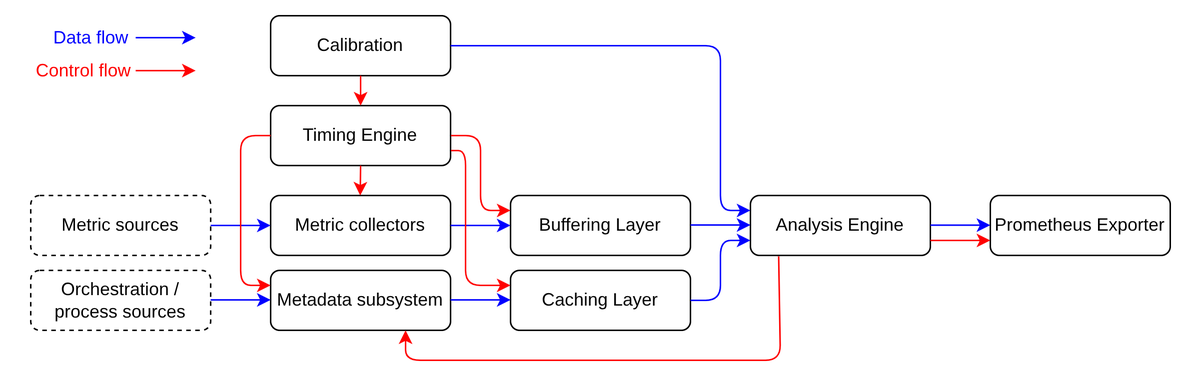
Above: thesis/MT/Figures/drawio/tycho_architecture_high.png in casparwackerle/PowerStack (draw.io), before the change. Source tidied: cells renumbered, new cells last; positions are measured from the earlier drawing's top-left corner, leaving out a move shared by most shapes.
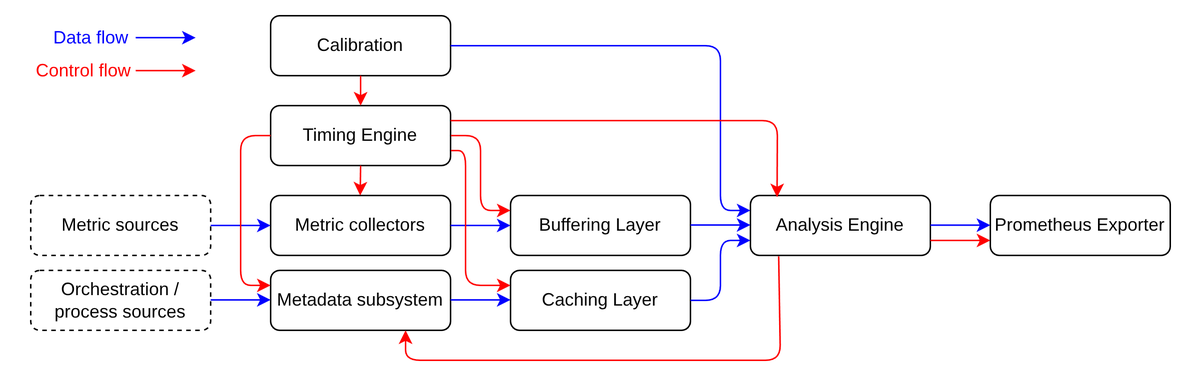
The same diagram one commit later.

The edit, as a diff of the source:
```diff
@@ -150,5 +150,14 @@
         </Array>
       </mxGeometry>
     </mxCell>
+    <mxCell id="31" style="endArrow=classic;html=1;entryX=0.148;entryY=0.029;entryDx=0;entryDy=0;strokeWidth=1;strokeColor=#FF0000;rounded=1;curved=0;entryPerimeter=0;" parent="1" edge="1" target="12">
+      <mxGeometry relative="1" as="geometry">
+        <mxPoint x="290" y="70" as="sourcePoint" />
+        <Array as="points">
+          <mxPoint x="309.7" y="70" />
+          <mxPoint x="508" y="70" />
+        </Array>
+      </mxGeometry>
+    </mxCell>
   </root>
 </mxGraphModel>
```
